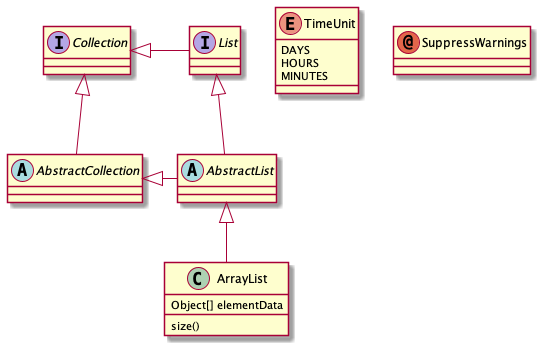
Earlier version of the PlantUML export docs/diagrams/AST.png (aitorllanos99/dlp-2020-2021).
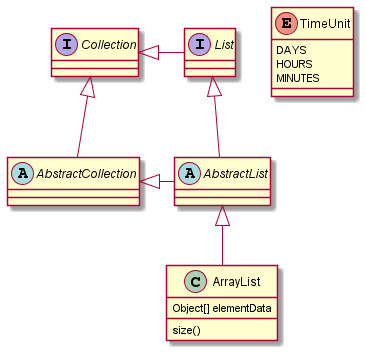
The same file after the commit.

The edit, as a diff of the source:
```diff
@@ -23,6 +23,4 @@
   MINUTES
 }
 
-annotation SuppressWarnings
-
 @enduml
```
